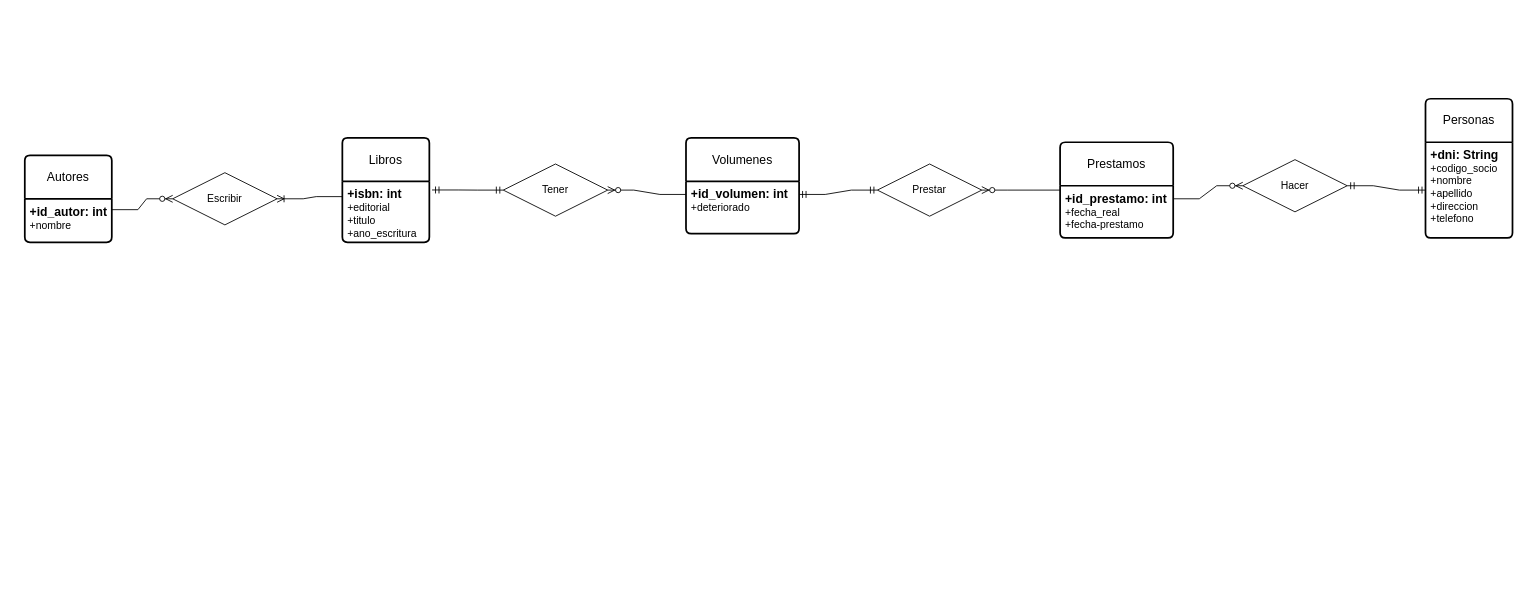
Above: ejercicio1.drawio in AsierGArranz/aga-sru-sa-t-UD12DiagramaER-11102023 (draw.io), before the change. Source tidied: cells renumbered, new cells numbered last; positions are measured from the earlier drawing's top-left corner, leaving out a move shared by most shapes. Both pictures are drawn from the tidied source at 87%, with x=0, y=0 at pixel (24, 98).
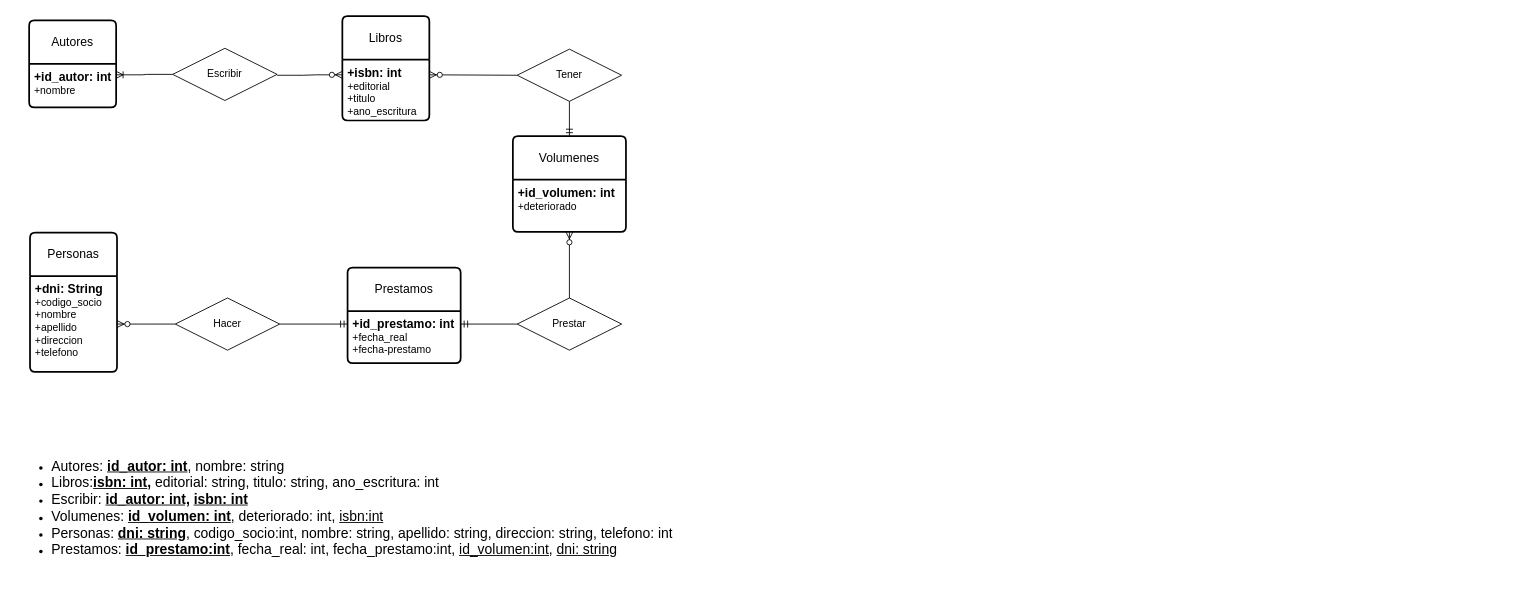
Above is the later version.

Unchanged cells that the change refers to:
```xml
<mxCell id="3" value="&lt;b&gt;&lt;font style=&quot;font-size: 14px;&quot;&gt;+id_autor: int&lt;/font&gt;&lt;/b&gt;&lt;br&gt;+nombre" style="align=left;strokeColor=none;fillColor=none;spacingLeft=4;fontSize=12;verticalAlign=top;html=1;" parent="2" vertex="1">
  <mxGeometry y="50" width="100" height="50" as="geometry" />
</mxCell>
<mxCell id="6" value="&lt;font style=&quot;font-size: 14px;&quot;&gt;&lt;b&gt;+isbn: int&lt;/b&gt;&lt;/font&gt;&lt;br&gt;+editorial&lt;br&gt;+titulo&lt;br&gt;+ano_escritura" style="align=left;strokeColor=none;fillColor=none;spacingLeft=4;fontSize=12;verticalAlign=top;html=1;" parent="5" vertex="1">
  <mxGeometry y="50" width="100" height="70" as="geometry" />
</mxCell>
<mxCell id="9" value="&lt;font style=&quot;font-size: 14px;&quot;&gt;&lt;b&gt;+id_volumen: int&lt;/b&gt;&lt;/font&gt;&lt;br&gt;+deteriorado" style="align=left;strokeColor=none;fillColor=none;spacingLeft=4;fontSize=12;verticalAlign=top;html=1;" parent="8" vertex="1">
  <mxGeometry y="50" width="130" height="60" as="geometry" />
</mxCell>
<mxCell id="12" value="&lt;font style=&quot;font-size: 14px;&quot;&gt;&lt;b&gt;+id_prestamo: int&lt;/b&gt;&lt;/font&gt;&lt;br&gt;+fecha_real&lt;br&gt;+fecha-prestamo" style="align=left;strokeColor=none;fillColor=none;spacingLeft=4;fontSize=12;verticalAlign=top;html=1;" parent="11" vertex="1">
  <mxGeometry y="50" width="130" height="60" as="geometry" />
</mxCell>
<mxCell id="15" value="&lt;font style=&quot;font-size: 14px;&quot;&gt;&lt;b&gt;+dni: String&lt;br&gt;&lt;/b&gt;&lt;/font&gt;+codigo_socio&lt;br&gt;+nombre&lt;br&gt;+apellido&lt;br&gt;+direccion&lt;br&gt;+telefono" style="align=left;strokeColor=none;fillColor=none;spacingLeft=4;fontSize=12;verticalAlign=top;html=1;" parent="14" vertex="1">
  <mxGeometry y="50" width="100" height="110" as="geometry" />
</mxCell>
```

The edit, as a diff of the source:
```diff
@@
     <mxCell id="2" value="Autores" style="swimlane;horizontal=1;startSize=50;rounded=1;fontSize=14;fontStyle=0;strokeWidth=2;shadow=0;dashed=0;align=center;arcSize=4;whiteSpace=wrap;html=1;" parent="1" vertex="1">
-      <mxGeometry y="65" width="100" height="100" as="geometry" />
+      <mxGeometry x="5" y="-90" width="100" height="100" as="geometry" />
     </mxCell>
@@
     <mxCell id="4" value="Escribir" style="shape=rhombus;perimeter=rhombusPerimeter;whiteSpace=wrap;html=1;align=center;" parent="1" vertex="1">
-      <mxGeometry x="170" y="85" width="120" height="60" as="geometry" />
+      <mxGeometry x="170" y="-58" width="120" height="60" as="geometry" />
     </mxCell>
     <mxCell id="5" value="Libros" style="swimlane;horizontal=1;startSize=50;rounded=1;fontSize=14;fontStyle=0;strokeWidth=2;shadow=0;dashed=0;align=center;arcSize=4;whiteSpace=wrap;html=1;" parent="1" vertex="1">
-      <mxGeometry x="365" y="45" width="100" height="120" as="geometry" />
+      <mxGeometry x="365" y="-95" width="100" height="120" as="geometry" />
     </mxCell>
@@
     <mxCell id="7" value="Tener" style="shape=rhombus;perimeter=rhombusPerimeter;whiteSpace=wrap;html=1;align=center;" parent="1" vertex="1">
-      <mxGeometry x="550" y="75" width="120" height="60" as="geometry" />
+      <mxGeometry x="566" y="-57" width="120" height="60" as="geometry" />
     </mxCell>
     <mxCell id="8" value="Volumenes" style="swimlane;horizontal=1;startSize=50;rounded=1;fontSize=14;fontStyle=0;strokeWidth=2;shadow=0;dashed=0;align=center;arcSize=4;whiteSpace=wrap;html=1;" parent="1" vertex="1">
-      <mxGeometry x="760" y="45" width="130" height="110" as="geometry" />
+      <mxGeometry x="561" y="43" width="130" height="110" as="geometry" />
     </mxCell>
@@
     <mxCell id="10" value="Prestar" style="shape=rhombus;perimeter=rhombusPerimeter;whiteSpace=wrap;html=1;align=center;" parent="1" vertex="1">
-      <mxGeometry x="980" y="75" width="120" height="60" as="geometry" />
+      <mxGeometry x="566" y="229" width="120" height="60" as="geometry" />
     </mxCell>
     <mxCell id="11" value="Prestamos" style="swimlane;horizontal=1;startSize=50;rounded=1;fontSize=14;fontStyle=0;strokeWidth=2;shadow=0;dashed=0;align=center;arcSize=4;whiteSpace=wrap;html=1;" parent="1" vertex="1">
-      <mxGeometry x="1190" y="50" width="130" height="110" as="geometry" />
+      <mxGeometry x="371" y="194" width="130" height="110" as="geometry" />
     </mxCell>
@@
     <mxCell id="13" value="Hacer" style="shape=rhombus;perimeter=rhombusPerimeter;whiteSpace=wrap;html=1;align=center;" parent="1" vertex="1">
-      <mxGeometry x="1400" y="70" width="120" height="60" as="geometry" />
+      <mxGeometry x="173" y="229" width="120" height="60" as="geometry" />
     </mxCell>
     <mxCell id="14" value="Personas" style="swimlane;horizontal=1;startSize=50;rounded=1;fontSize=14;fontStyle=0;strokeWidth=2;shadow=0;dashed=0;align=center;arcSize=4;whiteSpace=wrap;html=1;" parent="1" vertex="1">
-      <mxGeometry x="1610" width="100" height="160" as="geometry" />
+      <mxGeometry x="6" y="154" width="100" height="160" as="geometry" />
     </mxCell>
@@
-    <mxCell id="16" style="edgeStyle=entityRelationEdgeStyle;fontSize=12;html=1;endArrow=ERzeroToMany;endFill=1;rounded=0;exitX=1;exitY=0.25;exitDx=0;exitDy=0;entryX=0;entryY=0.5;entryDx=0;entryDy=0;" parent="1" edge="1" source="3" target="4">
-      <mxGeometry relative="1" as="geometry" />
+    <mxCell id="16" style="edgeStyle=entityRelationEdgeStyle;fontSize=12;html=1;endArrow=ERzeroToMany;endFill=1;rounded=0;entryX=0;entryY=0.25;entryDx=0;entryDy=0;" parent="1" edge="1" target="6">
+      <mxGeometry relative="1" as="geometry">
+        <mxPoint x="290" y="-27" as="sourcePoint" />
+        <Array as="points">
+          <mxPoint x="180" y="-5" />
+        </Array>
+      </mxGeometry>
     </mxCell>
-    <mxCell id="17" style="edgeStyle=entityRelationEdgeStyle;fontSize=12;html=1;endArrow=ERoneToMany;rounded=0;exitX=0;exitY=0.25;exitDx=0;exitDy=0;entryX=1;entryY=0.5;entryDx=0;entryDy=0;" parent="1" edge="1" source="6" target="4">
-      <mxGeometry relative="1" as="geometry" />
+    <mxCell id="17" style="edgeStyle=entityRelationEdgeStyle;fontSize=12;html=1;endArrow=ERoneToMany;rounded=0;entryX=1;entryY=0.25;entryDx=0;entryDy=0;exitX=0;exitY=0.5;exitDx=0;exitDy=0;" parent="1" edge="1" source="4" target="3">
+      <mxGeometry relative="1" as="geometry">
+        <Array as="points">
+          <mxPoint x="220" y="5" />
+        </Array>
+      </mxGeometry>
     </mxCell>
-    <mxCell id="18" style="edgeStyle=entityRelationEdgeStyle;fontSize=12;html=1;endArrow=ERmandOne;startArrow=ERmandOne;rounded=0;entryX=0;entryY=0.5;entryDx=0;entryDy=0;exitX=1.031;exitY=0.141;exitDx=0;exitDy=0;exitPerimeter=0;" parent="1" edge="1" source="6" target="7">
-      <mxGeometry relative="1" as="geometry" />
-    </mxCell>
-    <mxCell id="19" style="edgeStyle=entityRelationEdgeStyle;fontSize=12;html=1;endArrow=ERzeroToMany;endFill=1;rounded=0;entryX=1;entryY=0.5;entryDx=0;entryDy=0;exitX=0;exitY=0.25;exitDx=0;exitDy=0;" parent="1" edge="1" source="9" target="7">
+    <mxCell id="19" style="fontSize=12;html=1;endArrow=ERzeroToMany;endFill=1;rounded=0;entryX=1;entryY=0.25;entryDx=0;entryDy=0;exitX=0;exitY=0.5;exitDx=0;exitDy=0;" parent="1" edge="1" source="7" target="6">
       <mxGeometry relative="1" as="geometry" />
     </mxCell>
-    <mxCell id="20" style="edgeStyle=entityRelationEdgeStyle;fontSize=12;html=1;endArrow=ERmandOne;startArrow=ERmandOne;rounded=0;entryX=0;entryY=0.5;entryDx=0;entryDy=0;exitX=1;exitY=0.25;exitDx=0;exitDy=0;" parent="1" edge="1" source="9" target="10">
-      <mxGeometry relative="1" as="geometry" />
-    </mxCell>
-    <mxCell id="21" style="edgeStyle=entityRelationEdgeStyle;fontSize=12;html=1;endArrow=ERzeroToMany;endFill=1;rounded=0;entryX=1;entryY=0.5;entryDx=0;entryDy=0;exitX=0;exitY=0.5;exitDx=0;exitDy=0;" parent="1" edge="1" source="11" target="10">
-      <mxGeometry relative="1" as="geometry">
-        <Array as="points">
-          <mxPoint x="1200" y="15" />
-        </Array>
-      </mxGeometry>
+    <mxCell id="21" style="fontSize=12;html=1;endArrow=ERzeroToMany;endFill=1;rounded=0;entryX=0.5;entryY=1;entryDx=0;entryDy=0;exitX=0.5;exitY=0;exitDx=0;exitDy=0;" parent="1" edge="1" source="10" target="9">
+      <mxGeometry relative="1" as="geometry" />
     </mxCell>
-    <mxCell id="22" style="edgeStyle=entityRelationEdgeStyle;fontSize=12;html=1;endArrow=ERzeroToMany;endFill=1;rounded=0;entryX=0;entryY=0.5;entryDx=0;entryDy=0;exitX=1;exitY=0.25;exitDx=0;exitDy=0;" parent="1" edge="1" source="12" target="13">
+    <mxCell id="22" style="edgeStyle=entityRelationEdgeStyle;fontSize=12;html=1;endArrow=ERzeroToMany;endFill=1;rounded=0;entryX=1;entryY=0.5;entryDx=0;entryDy=0;exitX=0;exitY=0.5;exitDx=0;exitDy=0;" parent="1" edge="1" source="13" target="15">
       <mxGeometry relative="1" as="geometry" />
     </mxCell>
-    <mxCell id="23" style="edgeStyle=entityRelationEdgeStyle;fontSize=12;html=1;endArrow=ERmandOne;startArrow=ERmandOne;rounded=0;entryX=0;entryY=0.5;entryDx=0;entryDy=0;exitX=1;exitY=0.5;exitDx=0;exitDy=0;" parent="1" edge="1" source="13" target="15">
-      <mxGeometry relative="1" as="geometry">
-        <Array as="points">
-          <mxPoint x="1220" y="275" />
-        </Array>
-      </mxGeometry>
-    </mxCell>
+    <mxCell id="24" value="&lt;ul&gt;&lt;li&gt;&lt;span style=&quot;font-size: medium; background-color: initial;&quot;&gt;Autores:&amp;nbsp;&lt;/span&gt;&lt;u style=&quot;font-size: medium; background-color: initial;&quot;&gt;&lt;b&gt;id_autor: int&lt;/b&gt;&lt;/u&gt;&lt;span style=&quot;font-size: medium; background-color: initial;&quot;&gt;, nombre: string&lt;/span&gt;&lt;br&gt;&lt;/li&gt;&lt;li&gt;&lt;font size=&quot;3&quot;&gt;Libros:&lt;u style=&quot;font-weight: bold;&quot;&gt;isbn: int&lt;/u&gt;&lt;b&gt;,&lt;/b&gt;&amp;nbsp;editorial: string, titulo: string, ano_escritura: int&lt;/font&gt;&lt;/li&gt;&lt;li&gt;&lt;font size=&quot;3&quot;&gt;Escribir:&amp;nbsp;&lt;/font&gt;&lt;span style=&quot;border-color: var(--border-color); font-size: medium;&quot;&gt;&lt;b style=&quot;text-decoration-line: underline;&quot;&gt;id_autor: int,&lt;/b&gt;&amp;nbsp;&lt;/span&gt;&lt;u style=&quot;font-weight: bold; border-color: var(--border-color); font-size: medium;&quot;&gt;isbn: int&lt;/u&gt;&lt;/li&gt;&lt;li&gt;&lt;font size=&quot;3&quot;&gt;Volumenes:&amp;nbsp;&lt;/font&gt;&lt;span style=&quot;border-color: var(--border-color); background-color: initial; font-size: medium;&quot;&gt;&lt;span style=&quot;border-color: var(--border-color);&quot;&gt;&lt;u style=&quot;font-weight: bold;&quot;&gt;id_volumen: int&lt;/u&gt;, deteriorado: int, &lt;u&gt;isbn:int&lt;/u&gt;&lt;/span&gt;&lt;/span&gt;&lt;/li&gt;&lt;li&gt;&lt;font size=&quot;3&quot;&gt;Personas: &lt;b style=&quot;text-decoration-line: underline;&quot;&gt;dni: string&lt;/b&gt;, codigo_socio:int, nombre: string, apellido: string, direccion: string, telefono: int&lt;/font&gt;&lt;/li&gt;&lt;li style=&quot;border-color: var(--border-color);&quot;&gt;&lt;font style=&quot;border-color: var(--border-color);&quot; size=&quot;3&quot;&gt;Prestamos:&amp;nbsp;&lt;b style=&quot;border-color: var(--border-color); text-decoration-line: underline;&quot;&gt;id_prestamo:int&lt;/b&gt;, fecha_real: int, fecha_prestamo:int,&amp;nbsp;&lt;u style=&quot;border-color: var(--border-color);&quot;&gt;id_volumen:int,&lt;/u&gt;&lt;span style=&quot;border-color: var(--border-color);&quot;&gt;&amp;nbsp;&lt;u&gt;dni: string&lt;/u&gt;&lt;/span&gt;&lt;/font&gt;&lt;/li&gt;&lt;/ul&gt;" style="text;strokeColor=none;fillColor=none;html=1;whiteSpace=wrap;verticalAlign=middle;overflow=hidden;" parent="1" vertex="1">
+      <mxGeometry x="-11" y="375" width="791" height="190" as="geometry" />
+    </mxCell>
+    <mxCell id="25" style="fontSize=12;html=1;endArrow=ERmandOne;rounded=0;entryX=0.5;entryY=0;entryDx=0;entryDy=0;exitX=0.5;exitY=1;exitDx=0;exitDy=0;" parent="1" edge="1" source="7" target="8">
+      <mxGeometry relative="1" as="geometry" />
+    </mxCell>
+    <mxCell id="26" style="fontSize=12;html=1;endArrow=ERmandOne;rounded=0;entryX=1;entryY=0.25;entryDx=0;entryDy=0;exitX=0;exitY=0.5;exitDx=0;exitDy=0;" parent="1" edge="1" source="10" target="12">
+      <mxGeometry relative="1" as="geometry" />
+    </mxCell>
+    <mxCell id="27" style="fontSize=12;html=1;endArrow=ERmandOne;rounded=0;entryX=0;entryY=0.25;entryDx=0;entryDy=0;exitX=1;exitY=0.5;exitDx=0;exitDy=0;" parent="1" edge="1" source="13" target="12">
+      <mxGeometry relative="1" as="geometry" />
+    </mxCell>
```
